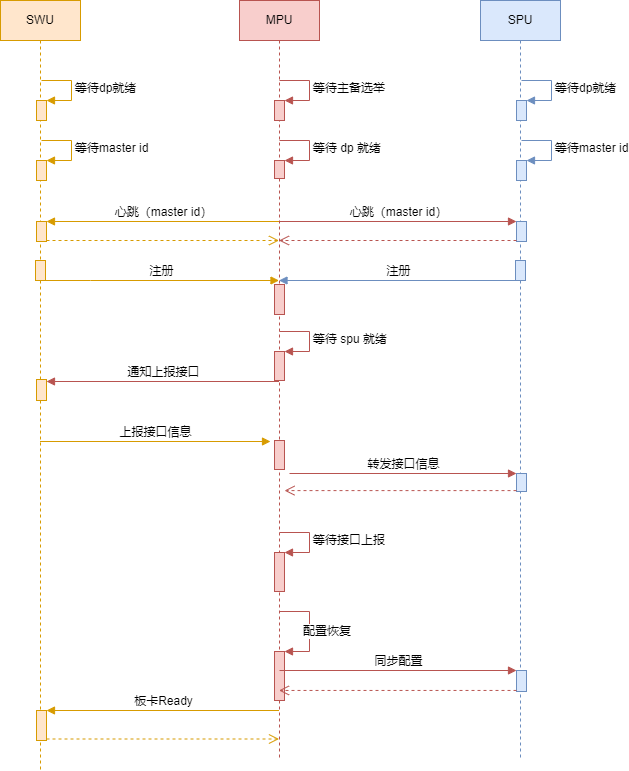
This is system_start.drawio.png from lwchao/drawPNG, a draw.io export, as it was before one commit. Source tidied: cells renumbered, new cells last; positions are measured from the earlier drawing's top-left corner, leaving out a move shared by most shapes.
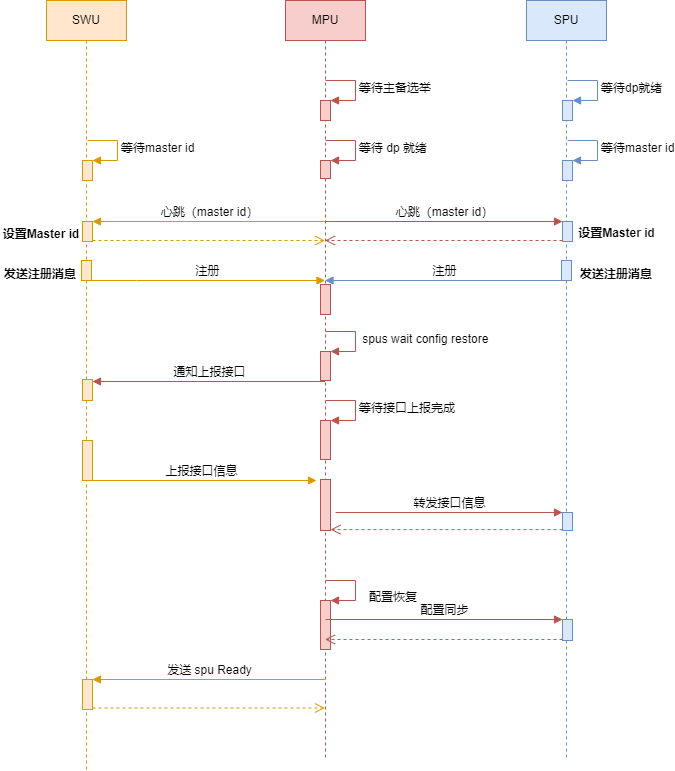
Later version of the same file.

What changed in the source:
```diff
@@ -19,7 +19,7 @@
     <mxCell id="5" style="html=1;points=[];perimeter=orthogonalPerimeter;fillColor=#f8cecc;strokeColor=#b85450;" parent="2" vertex="1">
       <mxGeometry x="35" y="351" width="10" height="29" as="geometry" />
     </mxCell>
-    <mxCell id="6" value="等待 spu 就绪" style="edgeStyle=orthogonalEdgeStyle;html=1;align=left;spacingLeft=2;endArrow=block;rounded=0;entryX=1;entryY=0;fillColor=#f8cecc;strokeColor=#b85450;startArrow=none;" parent="2" edge="1" target="5">
+    <mxCell id="6" value="&amp;nbsp;spus wait config restore" style="edgeStyle=orthogonalEdgeStyle;html=1;align=left;spacingLeft=2;endArrow=block;rounded=0;entryX=1;entryY=0;fillColor=#f8cecc;strokeColor=#b85450;startArrow=none;" parent="2" edge="1" target="5">
       <mxGeometry relative="1" as="geometry">
         <mxPoint x="40" y="331" as="sourcePoint" />
         <Array as="points">
@@ -27,25 +27,16 @@
         </Array>
       </mxGeometry>
     </mxCell>
-    <mxCell id="7" style="html=1;points=[];perimeter=orthogonalPerimeter;fillColor=#f8cecc;strokeColor=#b85450;" parent="2" vertex="1">
-      <mxGeometry x="35" y="552" width="10" height="39" as="geometry" />
-    </mxCell>
-    <mxCell id="8" value="等待接口上报" style="edgeStyle=orthogonalEdgeStyle;html=1;align=left;spacingLeft=2;endArrow=block;rounded=0;entryX=1;entryY=0;fillColor=#f8cecc;strokeColor=#b85450;" parent="2" edge="1" target="7">
-      <mxGeometry relative="1" as="geometry">
-        <mxPoint x="40" y="532" as="sourcePoint" />
-        <Array as="points">
-          <mxPoint x="70" y="532" />
-        </Array>
-      </mxGeometry>
-    </mxCell>
     <mxCell id="9" style="html=1;points=[];perimeter=orthogonalPerimeter;fillColor=#f8cecc;strokeColor=#b85450;" parent="2" vertex="1">
-      <mxGeometry x="35" y="651" width="10" height="49" as="geometry" />
+      <mxGeometry x="35" y="600" width="10" height="49" as="geometry" />
     </mxCell>
     <mxCell id="10" value="配置恢复" style="edgeStyle=orthogonalEdgeStyle;html=1;align=left;spacingLeft=2;endArrow=block;rounded=0;entryX=1;entryY=0;fillColor=#f8cecc;strokeColor=#b85450;" parent="2" edge="1" target="9">
-      <mxGeometry x="0.05" y="-10" relative="1" as="geometry">
-        <mxPoint x="40" y="611" as="sourcePoint" />
+      <mxGeometry x="0.26" y="10" relative="1" as="geometry">
+        <mxPoint x="40" y="580" as="sourcePoint" />
         <Array as="points">
-          <mxPoint x="70" y="611" />
+          <mxPoint x="40" y="580" />
+          <mxPoint x="70" y="580" />
+          <mxPoint x="70" y="600" />
         </Array>
       </mxGeometry>
     </mxCell>
@@ -63,14 +54,25 @@
     <mxCell id="13" style="html=1;perimeter=orthogonalPerimeter;fillColor=#f8cecc;strokeColor=#b85450;" parent="2" vertex="1">
       <mxGeometry x="35" y="284" width="10" height="30" as="geometry" />
     </mxCell>
+    <mxCell id="7" style="html=1;points=[];perimeter=orthogonalPerimeter;fillColor=#f8cecc;strokeColor=#b85450;" parent="2" vertex="1">
+      <mxGeometry x="35" y="420" width="10" height="39" as="geometry" />
+    </mxCell>
+    <mxCell id="8" value="等待接口上报完成" style="edgeStyle=orthogonalEdgeStyle;html=1;align=left;spacingLeft=2;endArrow=block;rounded=0;entryX=1;entryY=0;fillColor=#f8cecc;strokeColor=#b85450;" parent="2" edge="1" target="7">
+      <mxGeometry relative="1" as="geometry">
+        <mxPoint x="40" y="400" as="sourcePoint" />
+        <Array as="points">
+          <mxPoint x="70" y="400" />
+        </Array>
+      </mxGeometry>
+    </mxCell>
     <mxCell id="14" value="SPU" style="shape=umlLifeline;perimeter=lifelinePerimeter;whiteSpace=wrap;html=1;fillColor=#dae8fc;strokeColor=#6c8ebf;" parent="1" vertex="1">
       <mxGeometry x="480" width="80" height="760" as="geometry" />
     </mxCell>
     <mxCell id="15" style="html=1;points=[];perimeter=orthogonalPerimeter;fillColor=#dae8fc;strokeColor=#6c8ebf;" parent="14" vertex="1">
-      <mxGeometry x="36" y="670" width="10" height="21" as="geometry" />
+      <mxGeometry x="36" y="619" width="10" height="21" as="geometry" />
     </mxCell>
     <mxCell id="16" style="html=1;points=[];perimeter=orthogonalPerimeter;fillColor=#dae8fc;strokeColor=#6c8ebf;" parent="14" vertex="1">
-      <mxGeometry x="36" y="473" width="10" height="18" as="geometry" />
+      <mxGeometry x="36" y="512" width="10" height="18" as="geometry" />
     </mxCell>
     <mxCell id="17" style="html=1;points=[];perimeter=orthogonalPerimeter;fillColor=#dae8fc;strokeColor=#6c8ebf;" parent="14" vertex="1">
       <mxGeometry x="36" y="221" width="10" height="20" as="geometry" />
@@ -109,17 +111,6 @@
     <mxCell id="25" style="html=1;points=[];perimeter=orthogonalPerimeter;fillColor=#ffe6cc;strokeColor=#d79b00;" parent="23" vertex="1">
       <mxGeometry x="36" y="221" width="10" height="20" as="geometry" />
     </mxCell>
-    <mxCell id="26" style="html=1;points=[];perimeter=orthogonalPerimeter;fillColor=#ffe6cc;strokeColor=#d79b00;" parent="23" vertex="1">
-      <mxGeometry x="36" y="100" width="10" height="20" as="geometry" />
-    </mxCell>
-    <mxCell id="27" value="等待dp就绪" style="edgeStyle=orthogonalEdgeStyle;html=1;align=left;spacingLeft=2;endArrow=block;rounded=0;entryX=1;entryY=0;fillColor=#ffe6cc;strokeColor=#d79b00;" parent="23" edge="1" target="26">
-      <mxGeometry relative="1" as="geometry">
-        <mxPoint x="41" y="80" as="sourcePoint" />
-        <Array as="points">
-          <mxPoint x="71" y="80" />
-        </Array>
-      </mxGeometry>
-    </mxCell>
     <mxCell id="28" style="html=1;points=[];perimeter=orthogonalPerimeter;fillColor=#ffe6cc;strokeColor=#d79b00;" parent="23" vertex="1">
       <mxGeometry x="36" y="160" width="10" height="20" as="geometry" />
     </mxCell>
@@ -135,26 +126,35 @@
       <mxGeometry x="35" y="260" width="10" height="20" as="geometry" />
     </mxCell>
     <mxCell id="31" style="html=1;points=[];perimeter=orthogonalPerimeter;fillColor=#ffe6cc;strokeColor=#d79b00;" parent="23" vertex="1">
-      <mxGeometry x="36" y="710" width="10" height="30" as="geometry" />
+      <mxGeometry x="36" y="679" width="10" height="30" as="geometry" />
     </mxCell>
+    <mxCell id="47" value="设置Master id" style="text;align=center;fontStyle=1;verticalAlign=middle;spacingLeft=3;spacingRight=3;strokeColor=none;" parent="23" vertex="1">
+      <mxGeometry x="-45" y="220" width="80" height="26" as="geometry" />
+    </mxCell>
+    <mxCell id="48" value="发送注册消息" style="text;align=center;fontStyle=1;verticalAlign=middle;spacingLeft=3;spacingRight=3;strokeColor=none;" parent="23" vertex="1">
+      <mxGeometry x="-46" y="260" width="80" height="26" as="geometry" />
+    </mxCell>
+    <mxCell id="49" style="html=1;perimeter=orthogonalPerimeter;fillColor=#ffe6cc;strokeColor=#d79b00;" parent="23" vertex="1">
+      <mxGeometry x="36" y="440" width="10" height="40" as="geometry" />
+    </mxCell>
-    <mxCell id="32" value="同步配置" style="html=1;verticalAlign=bottom;endArrow=block;entryX=0;entryY=0;rounded=0;fillColor=#f8cecc;strokeColor=#b85450;" parent="1" edge="1" target="15">
+    <mxCell id="32" value="配置同步" style="html=1;verticalAlign=bottom;endArrow=block;entryX=0;entryY=0;rounded=0;fillColor=#f8cecc;strokeColor=#b85450;" parent="1" edge="1" target="15">
       <mxGeometry relative="1" as="geometry">
-        <mxPoint x="279" y="670" as="sourcePoint" />
+        <mxPoint x="279" y="619" as="sourcePoint" />
       </mxGeometry>
     </mxCell>
     <mxCell id="33" style="html=1;verticalAlign=bottom;endArrow=open;dashed=1;endSize=8;exitX=0;exitY=0.95;rounded=0;fillColor=#f8cecc;strokeColor=#b85450;" parent="1" edge="1" source="15">
       <mxGeometry relative="1" as="geometry">
-        <mxPoint x="278.5" y="690" as="targetPoint" />
+        <mxPoint x="278.5" y="639" as="targetPoint" />
       </mxGeometry>
     </mxCell>
     <mxCell id="34" style="html=1;verticalAlign=bottom;endArrow=open;dashed=1;endSize=8;exitX=0;exitY=0.95;rounded=0;fillColor=#f8cecc;strokeColor=#b85450;" parent="1" edge="1" source="16">
       <mxGeometry relative="1" as="geometry">
-        <mxPoint x="284" y="490.1" as="targetPoint" />
+        <mxPoint x="284" y="529.1" as="targetPoint" />
       </mxGeometry>
     </mxCell>
     <mxCell id="35" value="转发接口信息" style="html=1;verticalAlign=bottom;endArrow=block;entryX=0;entryY=0;rounded=0;fillColor=#f8cecc;strokeColor=#b85450;" parent="1" edge="1" target="16">
       <mxGeometry relative="1" as="geometry">
-        <mxPoint x="289" y="473" as="sourcePoint" />
+        <mxPoint x="289" y="512" as="sourcePoint" />
       </mxGeometry>
     </mxCell>
     <mxCell id="36" value="通知上报接口" style="html=1;verticalAlign=bottom;endArrow=block;entryX=1;entryY=0;rounded=0;fillColor=#f8cecc;strokeColor=#b85450;" parent="1" edge="1" source="2">
@@ -189,19 +189,29 @@
       <mxGeometry relative="1" as="geometry" />
     </mxCell>
     <mxCell id="43" style="html=1;perimeter=orthogonalPerimeter;fillColor=#f8cecc;strokeColor=#b85450;" parent="1" vertex="1">
-      <mxGeometry x="274" y="440" width="10" height="29" as="geometry" />
+      <mxGeometry x="274" y="479" width="10" height="51" as="geometry" />
     </mxCell>
     <mxCell id="44" value="上报接口信息" style="html=1;verticalAlign=bottom;endArrow=block;rounded=0;fillColor=#ffe6cc;strokeColor=#d79b00;" parent="1" edge="1">
       <mxGeometry relative="1" as="geometry">
-        <mxPoint x="39.5" y="441" as="sourcePoint" />
-        <mxPoint x="270" y="441" as="targetPoint" />
+        <mxPoint x="39.5" y="480" as="sourcePoint" />
+        <mxPoint x="270" y="480" as="targetPoint" />
       </mxGeometry>
     </mxCell>
-    <mxCell id="45" value="板卡Ready" style="html=1;verticalAlign=bottom;endArrow=block;entryX=1;entryY=0;rounded=0;fillColor=#ffe6cc;strokeColor=#d79b00;" parent="1" edge="1" source="2" target="31">
-      <mxGeometry relative="1" as="geometry" />
+    <mxCell id="45" value="发送 spu Ready" style="html=1;verticalAlign=bottom;endArrow=block;entryX=1;entryY=0;rounded=0;fillColor=#ffe6cc;strokeColor=#d79b00;" parent="1" edge="1" target="31">
+      <mxGeometry relative="1" as="geometry">
+        <mxPoint x="278.5" y="679" as="sourcePoint" />
+      </mxGeometry>
     </mxCell>
-    <mxCell id="46" style="html=1;verticalAlign=bottom;endArrow=open;dashed=1;endSize=8;exitX=1;exitY=0.95;rounded=0;fillColor=#ffe6cc;strokeColor=#d79b00;" parent="1" edge="1" source="31" target="2">
-      <mxGeometry relative="1" as="geometry" />
+    <mxCell id="46" style="html=1;verticalAlign=bottom;endArrow=open;dashed=1;endSize=8;exitX=1;exitY=0.95;rounded=0;fillColor=#ffe6cc;strokeColor=#d79b00;" parent="1" edge="1" source="31">
+      <mxGeometry relative="1" as="geometry">
+        <mxPoint x="278.5" y="707.5" as="targetPoint" />
+      </mxGeometry>
     </mxCell>
+    <mxCell id="50" value="设置Master id" style="text;align=center;fontStyle=1;verticalAlign=middle;spacingLeft=3;spacingRight=3;strokeColor=none;html=1;labelBackgroundColor=default;" parent="1" vertex="1">
+      <mxGeometry x="530" y="220" width="80" height="26" as="geometry" />
+    </mxCell>
+    <mxCell id="51" value="发送注册消息" style="text;align=center;fontStyle=1;verticalAlign=middle;spacingLeft=3;spacingRight=3;strokeColor=none;" parent="1" vertex="1">
+      <mxGeometry x="530" y="260" width="80" height="26" as="geometry" />
+    </mxCell>
   </root>
 </mxGraphModel>
```
